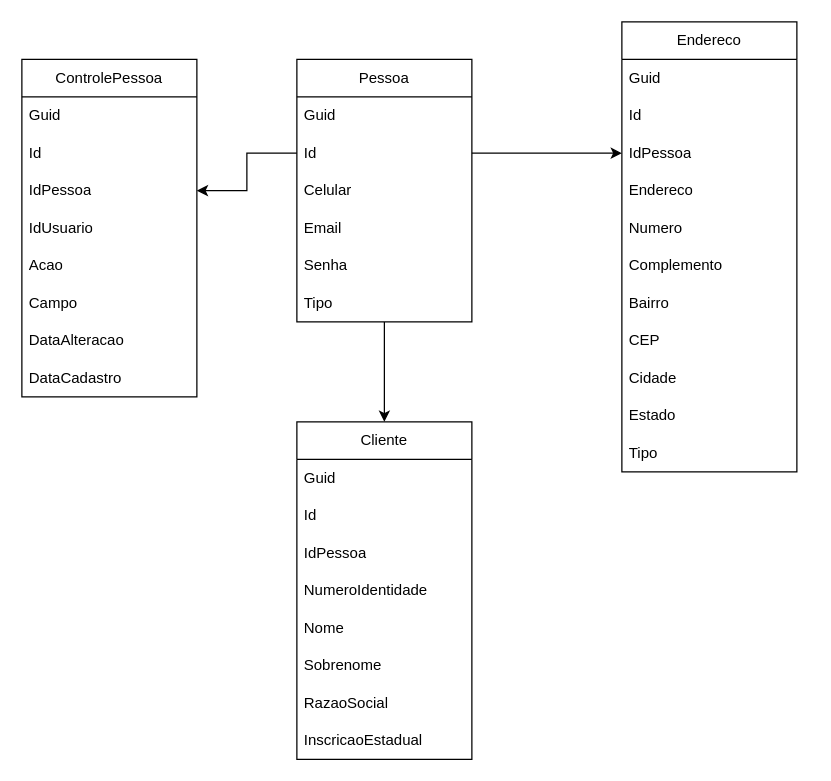
This is Diagrams/Tables Diagram.drawio from Gabriel2Mello/Ecommerce-with-CSharp, a draw.io file, before an edit. Source tidied: cells renumbered, new cells numbered last; positions are measured from the earlier drawing's top-left corner, leaving out a move shared by most shapes. Both pictures are drawn from the tidied source at 125%, with x=0, y=0 at pixel (21, 21).
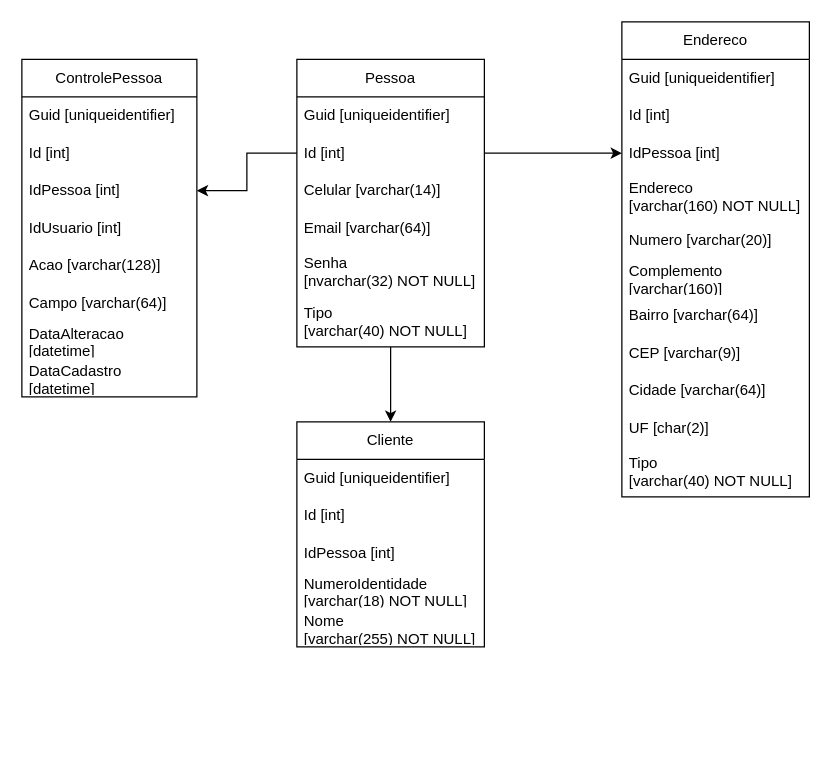
Above is the later version.

Unchanged cells that the change refers to:
```xml
<mxCell id="31" value="ControlePessoa" style="swimlane;fontStyle=0;horizontal=1;startSize=30;whiteSpace=wrap;html=1;" parent="1" vertex="1">
  <mxGeometry y="30" width="140" height="270" as="geometry" />
</mxCell>
```

Change to the diagram source:
```diff
@@
     <mxCell id="3" value="Pessoa" style="swimlane;fontStyle=0;horizontal=1;startSize=30;whiteSpace=wrap;html=1;" parent="1" vertex="1">
-      <mxGeometry x="220" y="30" width="140" height="210" as="geometry" />
+      <mxGeometry x="220" y="30" width="150" height="230" as="geometry" />
     </mxCell>
-    <mxCell id="4" value="Guid" style="text;strokeColor=none;fillColor=none;align=left;verticalAlign=middle;spacingLeft=4;spacingRight=4;overflow=hidden;whiteSpace=wrap;html=1;" parent="3" vertex="1">
-      <mxGeometry y="30" width="140" height="30" as="geometry" />
+    <mxCell id="4" value="Guid [uniqueidentifier]" style="text;strokeColor=none;fillColor=none;align=left;verticalAlign=middle;spacingLeft=4;spacingRight=4;overflow=hidden;whiteSpace=wrap;html=1;" parent="3" vertex="1">
+      <mxGeometry y="30" width="150" height="30" as="geometry" />
     </mxCell>
-    <mxCell id="5" value="Id&lt;br&gt;" style="text;strokeColor=none;fillColor=none;align=left;verticalAlign=middle;spacingLeft=4;spacingRight=4;overflow=hidden;points=[[0,0.5],[1,0.5]];portConstraint=eastwest;whiteSpace=wrap;html=1;" parent="3" vertex="1">
-      <mxGeometry y="60" width="140" height="30" as="geometry" />
+    <mxCell id="5" value="Id [int]" style="text;strokeColor=none;fillColor=none;align=left;verticalAlign=middle;spacingLeft=4;spacingRight=4;overflow=hidden;points=[[0,0.5],[1,0.5]];portConstraint=eastwest;whiteSpace=wrap;html=1;" parent="3" vertex="1">
+      <mxGeometry y="60" width="150" height="30" as="geometry" />
     </mxCell>
-    <mxCell id="6" value="Celular" style="text;strokeColor=none;fillColor=none;align=left;verticalAlign=middle;spacingLeft=4;spacingRight=4;overflow=hidden;whiteSpace=wrap;html=1;" parent="3" vertex="1">
-      <mxGeometry y="90" width="140" height="30" as="geometry" />
+    <mxCell id="6" value="Celular [varchar(14)]" style="text;strokeColor=none;fillColor=none;align=left;verticalAlign=middle;spacingLeft=4;spacingRight=4;overflow=hidden;whiteSpace=wrap;html=1;" parent="3" vertex="1">
+      <mxGeometry y="90" width="150" height="30" as="geometry" />
     </mxCell>
-    <mxCell id="7" value="Email" style="text;strokeColor=none;fillColor=none;align=left;verticalAlign=middle;spacingLeft=4;spacingRight=4;overflow=hidden;whiteSpace=wrap;html=1;" parent="3" vertex="1">
-      <mxGeometry y="120" width="140" height="30" as="geometry" />
+    <mxCell id="7" value="Email [varchar(64)]" style="text;strokeColor=none;fillColor=none;align=left;verticalAlign=middle;spacingLeft=4;spacingRight=4;overflow=hidden;whiteSpace=wrap;html=1;" parent="3" vertex="1">
+      <mxGeometry y="120" width="150" height="30" as="geometry" />
     </mxCell>
-    <mxCell id="8" value="Senha" style="text;strokeColor=none;fillColor=none;align=left;verticalAlign=middle;spacingLeft=4;spacingRight=4;overflow=hidden;whiteSpace=wrap;html=1;" parent="3" vertex="1">
-      <mxGeometry y="150" width="140" height="30" as="geometry" />
+    <mxCell id="8" value="Senha &lt;br&gt;[nvarchar(32) NOT NULL]" style="text;strokeColor=none;fillColor=none;align=left;verticalAlign=middle;spacingLeft=4;spacingRight=4;overflow=hidden;whiteSpace=wrap;html=1;" parent="3" vertex="1">
+      <mxGeometry y="150" width="150" height="40" as="geometry" />
     </mxCell>
-    <mxCell id="9" value="Tipo" style="text;strokeColor=none;fillColor=none;align=left;verticalAlign=middle;spacingLeft=4;spacingRight=4;overflow=hidden;whiteSpace=wrap;html=1;" parent="3" vertex="1">
-      <mxGeometry y="180" width="140" height="30" as="geometry" />
+    <mxCell id="9" value="Tipo &lt;br&gt;[varchar(40) NOT NULL]" style="text;strokeColor=none;fillColor=none;align=left;verticalAlign=middle;spacingLeft=4;spacingRight=4;overflow=hidden;whiteSpace=wrap;html=1;" parent="3" vertex="1">
+      <mxGeometry y="190" width="150" height="40" as="geometry" />
     </mxCell>
     <mxCell id="10" value="Cliente" style="swimlane;fontStyle=0;horizontal=1;startSize=30;whiteSpace=wrap;html=1;" parent="1" vertex="1">
-      <mxGeometry x="220" y="320" width="140" height="270" as="geometry" />
+      <mxGeometry x="220" y="320" width="150" height="180" as="geometry" />
     </mxCell>
-    <mxCell id="11" value="Guid" style="text;strokeColor=none;fillColor=none;align=left;verticalAlign=middle;spacingLeft=4;spacingRight=4;overflow=hidden;whiteSpace=wrap;html=1;" parent="10" vertex="1">
-      <mxGeometry y="30" width="140" height="30" as="geometry" />
+    <mxCell id="11" value="Guid [uniqueidentifier]" style="text;strokeColor=none;fillColor=none;align=left;verticalAlign=middle;spacingLeft=4;spacingRight=4;overflow=hidden;whiteSpace=wrap;html=1;" parent="10" vertex="1">
+      <mxGeometry y="30" width="150" height="30" as="geometry" />
     </mxCell>
-    <mxCell id="12" value="Id&lt;br&gt;" style="text;strokeColor=none;fillColor=none;align=left;verticalAlign=middle;spacingLeft=4;spacingRight=4;overflow=hidden;whiteSpace=wrap;html=1;" parent="10" vertex="1">
-      <mxGeometry y="60" width="140" height="30" as="geometry" />
+    <mxCell id="12" value="Id [int]" style="text;strokeColor=none;fillColor=none;align=left;verticalAlign=middle;spacingLeft=4;spacingRight=4;overflow=hidden;whiteSpace=wrap;html=1;" parent="10" vertex="1">
+      <mxGeometry y="60" width="150" height="30" as="geometry" />
     </mxCell>
-    <mxCell id="13" value="IdPessoa" style="text;strokeColor=none;fillColor=none;align=left;verticalAlign=middle;spacingLeft=4;spacingRight=4;overflow=hidden;whiteSpace=wrap;html=1;" parent="10" vertex="1">
-      <mxGeometry y="90" width="140" height="30" as="geometry" />
+    <mxCell id="13" value="IdPessoa [int]" style="text;strokeColor=none;fillColor=none;align=left;verticalAlign=middle;spacingLeft=4;spacingRight=4;overflow=hidden;whiteSpace=wrap;html=1;" parent="10" vertex="1">
+      <mxGeometry y="90" width="150" height="30" as="geometry" />
     </mxCell>
-    <mxCell id="14" value="NumeroIdentidade" style="text;strokeColor=none;fillColor=none;align=left;verticalAlign=middle;spacingLeft=4;spacingRight=4;overflow=hidden;whiteSpace=wrap;html=1;" parent="10" vertex="1">
-      <mxGeometry y="120" width="140" height="30" as="geometry" />
+    <mxCell id="14" value="NumeroIdentidade [varchar(18) NOT NULL]" style="text;strokeColor=none;fillColor=none;align=left;verticalAlign=middle;spacingLeft=4;spacingRight=4;overflow=hidden;whiteSpace=wrap;html=1;" parent="10" vertex="1">
+      <mxGeometry y="120" width="150" height="30" as="geometry" />
     </mxCell>
-    <mxCell id="15" value="Nome" style="text;strokeColor=none;fillColor=none;align=left;verticalAlign=middle;spacingLeft=4;spacingRight=4;overflow=hidden;whiteSpace=wrap;html=1;" parent="10" vertex="1">
-      <mxGeometry y="150" width="140" height="30" as="geometry" />
+    <mxCell id="15" value="Nome &lt;br&gt;[varchar(255) NOT NULL]" style="text;strokeColor=none;fillColor=none;align=left;verticalAlign=middle;spacingLeft=4;spacingRight=4;overflow=hidden;whiteSpace=wrap;html=1;" parent="10" vertex="1">
+      <mxGeometry y="150" width="150" height="30" as="geometry" />
     </mxCell>
-    <mxCell id="16" value="Sobrenome" style="text;strokeColor=none;fillColor=none;align=left;verticalAlign=middle;spacingLeft=4;spacingRight=4;overflow=hidden;whiteSpace=wrap;html=1;" parent="10" vertex="1">
-      <mxGeometry y="180" width="140" height="30" as="geometry" />
-    </mxCell>
-    <mxCell id="17" value="RazaoSocial" style="text;strokeColor=none;fillColor=none;align=left;verticalAlign=middle;spacingLeft=4;spacingRight=4;overflow=hidden;whiteSpace=wrap;html=1;" parent="10" vertex="1">
-      <mxGeometry y="210" width="140" height="30" as="geometry" />
-    </mxCell>
-    <mxCell id="18" value="InscricaoEstadual" style="text;strokeColor=none;fillColor=none;align=left;verticalAlign=middle;spacingLeft=4;spacingRight=4;overflow=hidden;whiteSpace=wrap;html=1;" parent="10" vertex="1">
-      <mxGeometry y="240" width="140" height="30" as="geometry" />
-    </mxCell>
     <mxCell id="19" value="Endereco" style="swimlane;fontStyle=0;horizontal=1;startSize=30;whiteSpace=wrap;html=1;" parent="1" vertex="1">
-      <mxGeometry x="480" width="140" height="360" as="geometry" />
+      <mxGeometry x="480" width="150" height="380" as="geometry" />
     </mxCell>
-    <mxCell id="20" value="Guid" style="text;strokeColor=none;fillColor=none;align=left;verticalAlign=middle;spacingLeft=4;spacingRight=4;overflow=hidden;whiteSpace=wrap;html=1;" parent="19" vertex="1">
-      <mxGeometry y="30" width="140" height="30" as="geometry" />
+    <mxCell id="20" value="Guid [uniqueidentifier]" style="text;strokeColor=none;fillColor=none;align=left;verticalAlign=middle;spacingLeft=4;spacingRight=4;overflow=hidden;whiteSpace=wrap;html=1;" parent="19" vertex="1">
+      <mxGeometry y="30" width="150" height="30" as="geometry" />
     </mxCell>
-    <mxCell id="21" value="Id&lt;br&gt;" style="text;strokeColor=none;fillColor=none;align=left;verticalAlign=middle;spacingLeft=4;spacingRight=4;overflow=hidden;whiteSpace=wrap;html=1;" parent="19" vertex="1">
-      <mxGeometry y="60" width="140" height="30" as="geometry" />
+    <mxCell id="21" value="Id [int]" style="text;strokeColor=none;fillColor=none;align=left;verticalAlign=middle;spacingLeft=4;spacingRight=4;overflow=hidden;whiteSpace=wrap;html=1;" parent="19" vertex="1">
+      <mxGeometry y="60" width="150" height="30" as="geometry" />
     </mxCell>
-    <mxCell id="22" value="IdPessoa" style="text;strokeColor=none;fillColor=none;align=left;verticalAlign=middle;spacingLeft=4;spacingRight=4;overflow=hidden;points=[[0,0.5],[1,0.5]];portConstraint=eastwest;whiteSpace=wrap;html=1;" parent="19" vertex="1">
-      <mxGeometry y="90" width="140" height="30" as="geometry" />
+    <mxCell id="22" value="IdPessoa [int]" style="text;strokeColor=none;fillColor=none;align=left;verticalAlign=middle;spacingLeft=4;spacingRight=4;overflow=hidden;points=[[0,0.5],[1,0.5]];portConstraint=eastwest;whiteSpace=wrap;html=1;" parent="19" vertex="1">
+      <mxGeometry y="90" width="150" height="30" as="geometry" />
     </mxCell>
-    <mxCell id="23" value="Endereco" style="text;strokeColor=none;fillColor=none;align=left;verticalAlign=middle;spacingLeft=4;spacingRight=4;overflow=hidden;whiteSpace=wrap;html=1;" parent="19" vertex="1">
-      <mxGeometry y="120" width="140" height="30" as="geometry" />
+    <mxCell id="23" value="Endereco &lt;br&gt;[varchar(160) NOT NULL]" style="text;strokeColor=none;fillColor=none;align=left;verticalAlign=middle;spacingLeft=4;spacingRight=4;overflow=hidden;whiteSpace=wrap;html=1;" parent="19" vertex="1">
+      <mxGeometry y="120" width="150" height="40" as="geometry" />
     </mxCell>
-    <mxCell id="24" value="Numero" style="text;strokeColor=none;fillColor=none;align=left;verticalAlign=middle;spacingLeft=4;spacingRight=4;overflow=hidden;whiteSpace=wrap;html=1;" parent="19" vertex="1">
-      <mxGeometry y="150" width="140" height="30" as="geometry" />
+    <mxCell id="24" value="Numero [varchar(20)]" style="text;strokeColor=none;fillColor=none;align=left;verticalAlign=middle;spacingLeft=4;spacingRight=4;overflow=hidden;whiteSpace=wrap;html=1;" parent="19" vertex="1">
+      <mxGeometry y="160" width="150" height="30" as="geometry" />
     </mxCell>
-    <mxCell id="25" value="Complemento" style="text;strokeColor=none;fillColor=none;align=left;verticalAlign=middle;spacingLeft=4;spacingRight=4;overflow=hidden;whiteSpace=wrap;html=1;" parent="19" vertex="1">
-      <mxGeometry y="180" width="140" height="30" as="geometry" />
+    <mxCell id="25" value="Complemento [varchar(160)]" style="text;strokeColor=none;fillColor=none;align=left;verticalAlign=middle;spacingLeft=4;spacingRight=4;overflow=hidden;whiteSpace=wrap;html=1;" parent="19" vertex="1">
+      <mxGeometry y="190" width="150" height="30" as="geometry" />
     </mxCell>
-    <mxCell id="26" value="Bairro" style="text;strokeColor=none;fillColor=none;align=left;verticalAlign=middle;spacingLeft=4;spacingRight=4;overflow=hidden;whiteSpace=wrap;html=1;" parent="19" vertex="1">
-      <mxGeometry y="210" width="140" height="30" as="geometry" />
+    <mxCell id="26" value="Bairro [varchar(64)]" style="text;strokeColor=none;fillColor=none;align=left;verticalAlign=middle;spacingLeft=4;spacingRight=4;overflow=hidden;whiteSpace=wrap;html=1;" parent="19" vertex="1">
+      <mxGeometry y="220" width="150" height="30" as="geometry" />
     </mxCell>
-    <mxCell id="27" value="CEP" style="text;strokeColor=none;fillColor=none;align=left;verticalAlign=middle;spacingLeft=4;spacingRight=4;overflow=hidden;whiteSpace=wrap;html=1;" parent="19" vertex="1">
-      <mxGeometry y="240" width="140" height="30" as="geometry" />
+    <mxCell id="27" value="CEP [varchar(9)]" style="text;strokeColor=none;fillColor=none;align=left;verticalAlign=middle;spacingLeft=4;spacingRight=4;overflow=hidden;whiteSpace=wrap;html=1;" parent="19" vertex="1">
+      <mxGeometry y="250" width="150" height="30" as="geometry" />
     </mxCell>
-    <mxCell id="28" value="Cidade" style="text;strokeColor=none;fillColor=none;align=left;verticalAlign=middle;spacingLeft=4;spacingRight=4;overflow=hidden;whiteSpace=wrap;html=1;" parent="19" vertex="1">
-      <mxGeometry y="270" width="140" height="30" as="geometry" />
+    <mxCell id="28" value="Cidade [varchar(64)]" style="text;strokeColor=none;fillColor=none;align=left;verticalAlign=middle;spacingLeft=4;spacingRight=4;overflow=hidden;whiteSpace=wrap;html=1;" parent="19" vertex="1">
+      <mxGeometry y="280" width="150" height="30" as="geometry" />
     </mxCell>
-    <mxCell id="29" value="Estado" style="text;strokeColor=none;fillColor=none;align=left;verticalAlign=middle;spacingLeft=4;spacingRight=4;overflow=hidden;whiteSpace=wrap;html=1;" parent="19" vertex="1">
-      <mxGeometry y="300" width="140" height="30" as="geometry" />
+    <mxCell id="29" value="UF [char(2)]" style="text;strokeColor=none;fillColor=none;align=left;verticalAlign=middle;spacingLeft=4;spacingRight=4;overflow=hidden;whiteSpace=wrap;html=1;" parent="19" vertex="1">
+      <mxGeometry y="310" width="150" height="30" as="geometry" />
     </mxCell>
-    <mxCell id="30" value="Tipo" style="text;strokeColor=none;fillColor=none;align=left;verticalAlign=middle;spacingLeft=4;spacingRight=4;overflow=hidden;whiteSpace=wrap;html=1;" parent="19" vertex="1">
-      <mxGeometry y="330" width="140" height="30" as="geometry" />
+    <mxCell id="30" value="Tipo &lt;br&gt;[varchar(40) NOT NULL]" style="text;strokeColor=none;fillColor=none;align=left;verticalAlign=middle;spacingLeft=4;spacingRight=4;overflow=hidden;whiteSpace=wrap;html=1;" parent="19" vertex="1">
+      <mxGeometry y="340" width="150" height="40" as="geometry" />
     </mxCell>
@@
-    <mxCell id="32" value="Guid" style="text;strokeColor=none;fillColor=none;align=left;verticalAlign=middle;spacingLeft=4;spacingRight=4;overflow=hidden;whiteSpace=wrap;html=1;" parent="31" vertex="1">
+    <mxCell id="32" value="Guid [uniqueidentifier]" style="text;strokeColor=none;fillColor=none;align=left;verticalAlign=middle;spacingLeft=4;spacingRight=4;overflow=hidden;whiteSpace=wrap;html=1;" parent="31" vertex="1">
       <mxGeometry y="30" width="140" height="30" as="geometry" />
     </mxCell>
-    <mxCell id="33" value="Id&lt;br&gt;" style="text;strokeColor=none;fillColor=none;align=left;verticalAlign=middle;spacingLeft=4;spacingRight=4;overflow=hidden;whiteSpace=wrap;html=1;" parent="31" vertex="1">
+    <mxCell id="33" value="Id [int]" style="text;strokeColor=none;fillColor=none;align=left;verticalAlign=middle;spacingLeft=4;spacingRight=4;overflow=hidden;whiteSpace=wrap;html=1;" parent="31" vertex="1">
       <mxGeometry y="60" width="140" height="30" as="geometry" />
     </mxCell>
-    <mxCell id="34" value="IdPessoa" style="text;strokeColor=none;fillColor=none;align=left;verticalAlign=middle;spacingLeft=4;spacingRight=4;overflow=hidden;points=[[0,0.5],[1,0.5]];portConstraint=eastwest;whiteSpace=wrap;html=1;" parent="31" vertex="1">
+    <mxCell id="34" value="IdPessoa [int]" style="text;strokeColor=none;fillColor=none;align=left;verticalAlign=middle;spacingLeft=4;spacingRight=4;overflow=hidden;points=[[0,0.5],[1,0.5]];portConstraint=eastwest;whiteSpace=wrap;html=1;" parent="31" vertex="1">
       <mxGeometry y="90" width="140" height="30" as="geometry" />
     </mxCell>
-    <mxCell id="35" value="IdUsuario" style="text;strokeColor=none;fillColor=none;align=left;verticalAlign=middle;spacingLeft=4;spacingRight=4;overflow=hidden;whiteSpace=wrap;html=1;" parent="31" vertex="1">
+    <mxCell id="35" value="IdUsuario [int]" style="text;strokeColor=none;fillColor=none;align=left;verticalAlign=middle;spacingLeft=4;spacingRight=4;overflow=hidden;whiteSpace=wrap;html=1;" parent="31" vertex="1">
       <mxGeometry y="120" width="140" height="30" as="geometry" />
     </mxCell>
-    <mxCell id="36" value="Acao" style="text;strokeColor=none;fillColor=none;align=left;verticalAlign=middle;spacingLeft=4;spacingRight=4;overflow=hidden;whiteSpace=wrap;html=1;" parent="31" vertex="1">
+    <mxCell id="36" value="Acao [varchar(128)]" style="text;strokeColor=none;fillColor=none;align=left;verticalAlign=middle;spacingLeft=4;spacingRight=4;overflow=hidden;whiteSpace=wrap;html=1;" parent="31" vertex="1">
       <mxGeometry y="150" width="140" height="30" as="geometry" />
     </mxCell>
-    <mxCell id="37" value="Campo" style="text;strokeColor=none;fillColor=none;align=left;verticalAlign=middle;spacingLeft=4;spacingRight=4;overflow=hidden;whiteSpace=wrap;html=1;" parent="31" vertex="1">
+    <mxCell id="37" value="Campo [varchar(64)]" style="text;strokeColor=none;fillColor=none;align=left;verticalAlign=middle;spacingLeft=4;spacingRight=4;overflow=hidden;whiteSpace=wrap;html=1;" parent="31" vertex="1">
       <mxGeometry y="180" width="140" height="30" as="geometry" />
     </mxCell>
-    <mxCell id="38" value="DataAlteracao" style="text;strokeColor=none;fillColor=none;align=left;verticalAlign=middle;spacingLeft=4;spacingRight=4;overflow=hidden;whiteSpace=wrap;html=1;" parent="31" vertex="1">
+    <mxCell id="38" value="DataAlteracao [datetime]" style="text;strokeColor=none;fillColor=none;align=left;verticalAlign=middle;spacingLeft=4;spacingRight=4;overflow=hidden;whiteSpace=wrap;html=1;" parent="31" vertex="1">
       <mxGeometry y="210" width="140" height="30" as="geometry" />
     </mxCell>
-    <mxCell id="39" value="DataCadastro" style="text;strokeColor=none;fillColor=none;align=left;verticalAlign=middle;spacingLeft=4;spacingRight=4;overflow=hidden;whiteSpace=wrap;html=1;" parent="31" vertex="1">
+    <mxCell id="39" value="DataCadastro [datetime]" style="text;strokeColor=none;fillColor=none;align=left;verticalAlign=middle;spacingLeft=4;spacingRight=4;overflow=hidden;whiteSpace=wrap;html=1;" parent="31" vertex="1">
       <mxGeometry y="240" width="140" height="30" as="geometry" />
     </mxCell>
```
